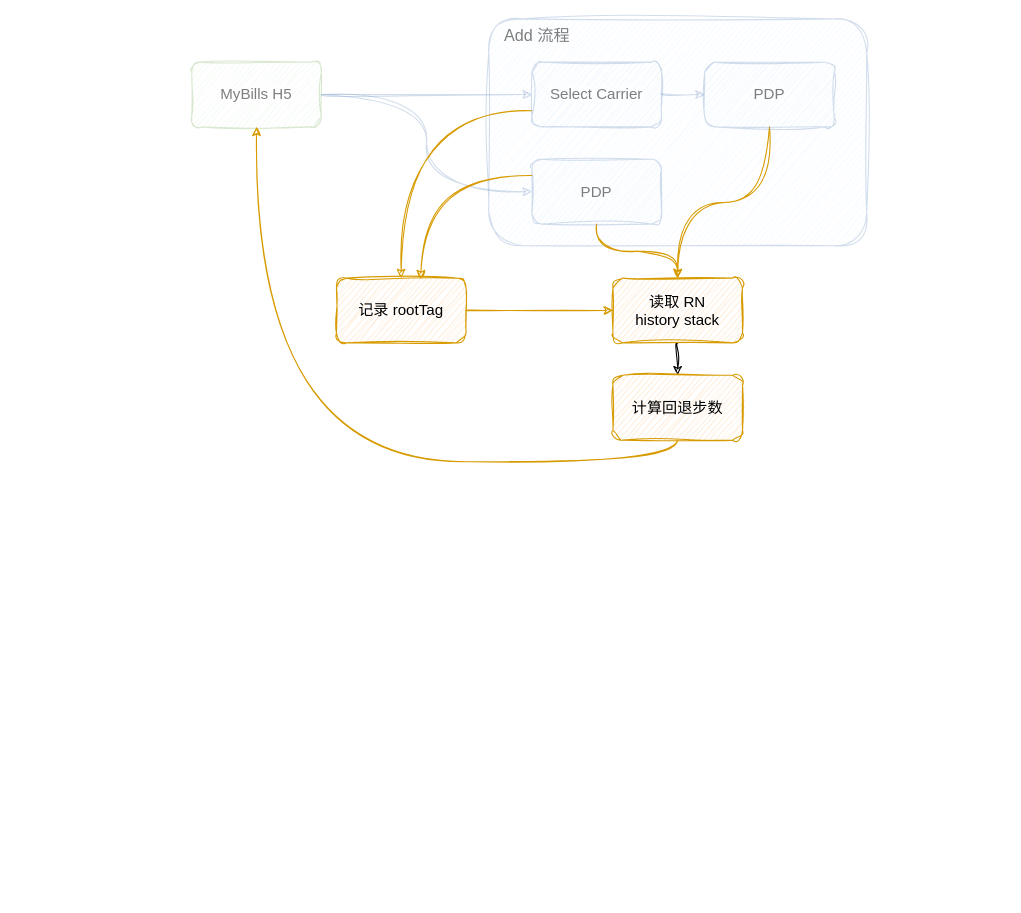
This is page "第 2 页" (2 of 3) of BillCenter.drawio from Darkindom/draw-the-diagrams, a draw.io file, before an edit. Source tidied: cells renumbered, new cells numbered last; positions are measured from the earlier drawing's top-left corner, leaving out a move shared by most shapes. Both pictures are drawn from the tidied source at 108%, with x=0, y=0 at pixel (191, 18).
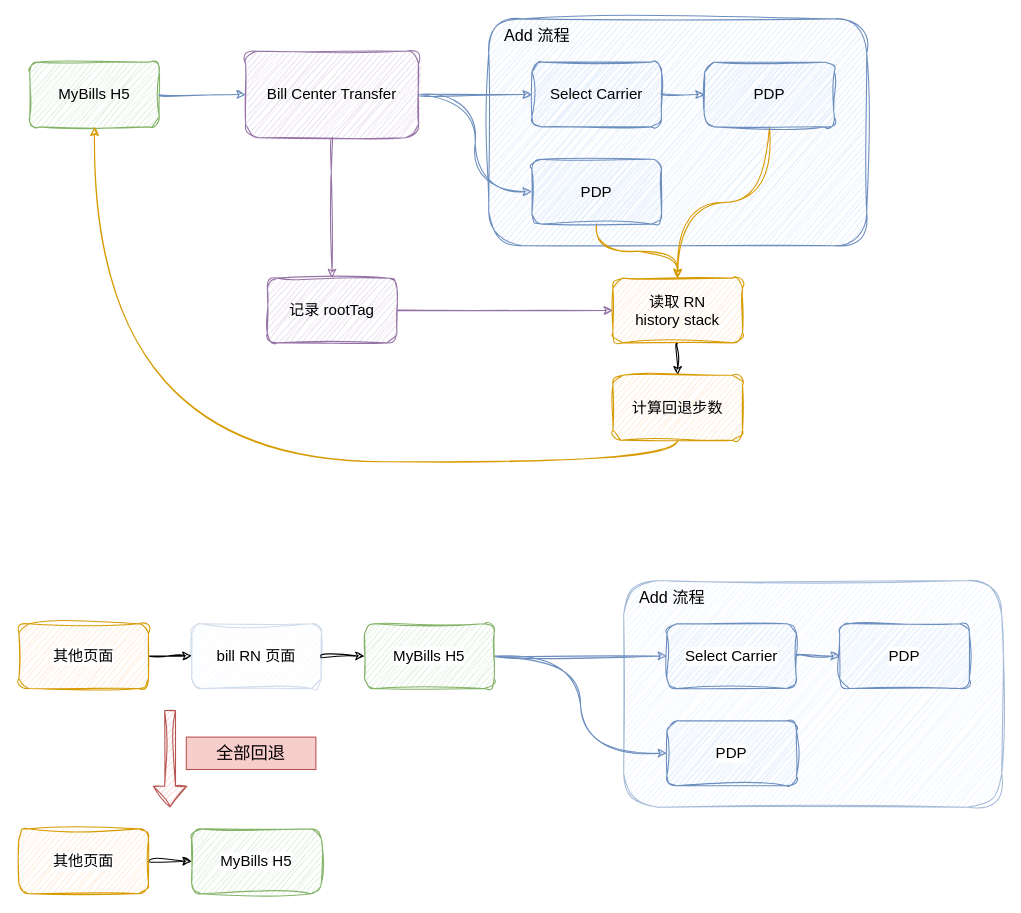
The same page after the edit.

The change refers to these unchanged cells:
```xml
<mxCell id="19" value="读取 RN&lt;div&gt;history stack&lt;/div&gt;" style="rounded=1;whiteSpace=wrap;html=1;sketch=1;hachureGap=4;jiggle=2;curveFitting=1;fontFamily=手札体-简;fontSize=14;labelBackgroundColor=none;fillColor=#ffe6cc;strokeColor=#d79b00;" parent="1" vertex="1">
  <mxGeometry x="390" y="240" width="120" height="60" as="geometry" />
</mxCell>
<mxCell id="20" value="计算回退步数" style="rounded=1;whiteSpace=wrap;html=1;sketch=1;hachureGap=4;jiggle=2;curveFitting=1;fontFamily=手札体-简;fontSize=14;labelBackgroundColor=none;fillColor=#ffe6cc;strokeColor=#d79b00;" parent="1" vertex="1">
  <mxGeometry x="390" y="330" width="120" height="60" as="geometry" />
</mxCell>
```

Diff of the diagram source:
```diff
@@
-    <mxCell id="2" style="rounded=1;whiteSpace=wrap;html=1;sketch=1;hachureGap=4;jiggle=2;curveFitting=1;fontFamily=Architects Daughter;fontSize=11;labelBackgroundColor=default;fillColor=#dae8fc;strokeColor=#6c8ebf;opacity=30;" parent="1" vertex="1">
+    <mxCell id="2" style="rounded=1;whiteSpace=wrap;html=1;sketch=1;hachureGap=4;jiggle=2;curveFitting=1;fontFamily=Architects Daughter;fontSize=11;labelBackgroundColor=none;fillColor=#dae8fc;strokeColor=#6c8ebf;" parent="1" vertex="1">
       <mxGeometry x="275" width="350" height="210" as="geometry" />
     </mxCell>
-    <mxCell id="3" style="edgeStyle=orthogonalEdgeStyle;shape=connector;curved=1;rounded=0;sketch=1;hachureGap=4;jiggle=2;curveFitting=1;jettySize=auto;html=1;strokeColor=#6c8ebf;align=center;verticalAlign=middle;fontFamily=手札体-简;fontSize=14;fontColor=default;labelBackgroundColor=default;endArrow=classic;fillColor=#dae8fc;opacity=30;" parent="1" edge="1" source="5" target="8">
+    <mxCell id="3" style="edgeStyle=orthogonalEdgeStyle;shape=connector;curved=1;rounded=0;sketch=1;hachureGap=4;jiggle=2;curveFitting=1;jettySize=auto;html=1;strokeColor=#6c8ebf;align=center;verticalAlign=middle;fontFamily=手札体-简;fontSize=14;fontColor=default;labelBackgroundColor=none;endArrow=classic;fillColor=#dae8fc;exitX=1;exitY=0.5;exitDx=0;exitDy=0;" parent="1" edge="1" source="40" target="8">
       <mxGeometry relative="1" as="geometry" />
     </mxCell>
-    <mxCell id="4" style="edgeStyle=orthogonalEdgeStyle;shape=connector;curved=1;rounded=0;sketch=1;hachureGap=4;jiggle=2;curveFitting=1;jettySize=auto;html=1;exitX=1;exitY=0.5;exitDx=0;exitDy=0;entryX=0;entryY=0.5;entryDx=0;entryDy=0;strokeColor=#6c8ebf;align=center;verticalAlign=middle;fontFamily=Architects Daughter;fontSize=11;fontColor=default;labelBackgroundColor=default;endArrow=classic;fillColor=#dae8fc;opacity=30;" parent="1" edge="1" source="5" target="10">
+    <mxCell id="4" style="edgeStyle=orthogonalEdgeStyle;shape=connector;curved=1;rounded=0;sketch=1;hachureGap=4;jiggle=2;curveFitting=1;jettySize=auto;html=1;exitX=1;exitY=0.5;exitDx=0;exitDy=0;entryX=0;entryY=0.5;entryDx=0;entryDy=0;strokeColor=#6c8ebf;align=center;verticalAlign=middle;fontFamily=Architects Daughter;fontSize=11;fontColor=default;labelBackgroundColor=none;endArrow=classic;fillColor=#dae8fc;" parent="1" edge="1" source="40" target="10">
       <mxGeometry relative="1" as="geometry" />
     </mxCell>
-    <mxCell id="5" value="MyBills H5" style="rounded=1;whiteSpace=wrap;html=1;sketch=1;hachureGap=4;jiggle=2;curveFitting=1;fontFamily=手札体-简;fontSize=14;labelBackgroundColor=default;fillColor=#d5e8d4;strokeColor=#82b366;opacity=30;textOpacity=50;" parent="1" vertex="1">
-      <mxGeometry y="40" width="120" height="60" as="geometry" />
+    <mxCell id="5" value="MyBills H5" style="rounded=1;whiteSpace=wrap;html=1;sketch=1;hachureGap=4;jiggle=2;curveFitting=1;fontFamily=手札体-简;fontSize=14;labelBackgroundColor=none;fillColor=#d5e8d4;strokeColor=#82b366;" parent="1" vertex="1">
+      <mxGeometry x="-150" y="40" width="120" height="60" as="geometry" />
     </mxCell>
-    <mxCell id="6" style="edgeStyle=orthogonalEdgeStyle;shape=connector;curved=1;rounded=0;sketch=1;hachureGap=4;jiggle=2;curveFitting=1;jettySize=auto;html=1;strokeColor=#6c8ebf;align=center;verticalAlign=middle;fontFamily=Architects Daughter;fontSize=11;fontColor=default;labelBackgroundColor=default;endArrow=classic;fillColor=#dae8fc;opacity=30;" parent="1" edge="1" source="8" target="12">
+    <mxCell id="6" style="edgeStyle=orthogonalEdgeStyle;shape=connector;curved=1;rounded=0;sketch=1;hachureGap=4;jiggle=2;curveFitting=1;jettySize=auto;html=1;strokeColor=#6c8ebf;align=center;verticalAlign=middle;fontFamily=Architects Daughter;fontSize=11;fontColor=default;labelBackgroundColor=none;endArrow=classic;fillColor=#dae8fc;" parent="1" edge="1" source="8" target="12">
       <mxGeometry relative="1" as="geometry" />
     </mxCell>
-    <mxCell id="7" style="edgeStyle=orthogonalEdgeStyle;shape=connector;curved=1;rounded=0;sketch=1;hachureGap=4;jiggle=2;curveFitting=1;jettySize=auto;html=1;exitX=0;exitY=0.75;exitDx=0;exitDy=0;strokeColor=#d79b00;align=center;verticalAlign=middle;fontFamily=Architects Daughter;fontSize=11;fontColor=default;labelBackgroundColor=default;endArrow=classic;fillColor=#ffe6cc;" parent="1" edge="1" source="8" target="15">
+    <mxCell id="7" style="edgeStyle=orthogonalEdgeStyle;shape=connector;curved=1;rounded=0;sketch=1;hachureGap=4;jiggle=2;curveFitting=1;jettySize=auto;html=1;exitX=0.5;exitY=1;exitDx=0;exitDy=0;strokeColor=#9673a6;align=center;verticalAlign=middle;fontFamily=Architects Daughter;fontSize=11;fontColor=default;labelBackgroundColor=none;endArrow=classic;fillColor=#e1d5e7;" parent="1" edge="1" source="40" target="15">
       <mxGeometry relative="1" as="geometry" />
     </mxCell>
-    <mxCell id="8" value="Select Carrier" style="rounded=1;whiteSpace=wrap;html=1;sketch=1;hachureGap=4;jiggle=2;curveFitting=1;fontFamily=手札体-简;fontSize=14;labelBackgroundColor=default;fillColor=#dae8fc;strokeColor=#6c8ebf;opacity=30;textOpacity=50;" parent="1" vertex="1">
+    <mxCell id="8" value="Select Carrier" style="rounded=1;whiteSpace=wrap;html=1;sketch=1;hachureGap=4;jiggle=2;curveFitting=1;fontFamily=手札体-简;fontSize=14;labelBackgroundColor=none;fillColor=#dae8fc;strokeColor=#6c8ebf;" parent="1" vertex="1">
       <mxGeometry x="315" y="40" width="120" height="60" as="geometry" />
     </mxCell>
-    <mxCell id="9" style="edgeStyle=orthogonalEdgeStyle;shape=connector;curved=1;rounded=0;sketch=1;hachureGap=4;jiggle=2;curveFitting=1;jettySize=auto;html=1;exitX=0.5;exitY=1;exitDx=0;exitDy=0;entryX=0.5;entryY=0;entryDx=0;entryDy=0;strokeColor=#d79b00;align=center;verticalAlign=middle;fontFamily=Architects Daughter;fontSize=11;fontColor=default;labelBackgroundColor=default;endArrow=classic;fillColor=#ffe6cc;" parent="1" edge="1" source="10" target="19">
+    <mxCell id="9" style="edgeStyle=orthogonalEdgeStyle;shape=connector;curved=1;rounded=0;sketch=1;hachureGap=4;jiggle=2;curveFitting=1;jettySize=auto;html=1;exitX=0.5;exitY=1;exitDx=0;exitDy=0;entryX=0.5;entryY=0;entryDx=0;entryDy=0;strokeColor=#d79b00;align=center;verticalAlign=middle;fontFamily=Architects Daughter;fontSize=11;fontColor=default;labelBackgroundColor=none;endArrow=classic;fillColor=#ffe6cc;" parent="1" edge="1" source="10" target="19">
       <mxGeometry relative="1" as="geometry" />
     </mxCell>
-    <mxCell id="10" value="PDP" style="rounded=1;whiteSpace=wrap;html=1;sketch=1;hachureGap=4;jiggle=2;curveFitting=1;fontFamily=手札体-简;fontSize=14;labelBackgroundColor=default;fillColor=#dae8fc;strokeColor=#6c8ebf;opacity=30;textOpacity=50;" parent="1" vertex="1">
+    <mxCell id="10" value="PDP" style="rounded=1;whiteSpace=wrap;html=1;sketch=1;hachureGap=4;jiggle=2;curveFitting=1;fontFamily=手札体-简;fontSize=14;labelBackgroundColor=none;fillColor=#dae8fc;strokeColor=#6c8ebf;" parent="1" vertex="1">
       <mxGeometry x="315" y="130" width="120" height="60" as="geometry" />
     </mxCell>
-    <mxCell id="11" style="edgeStyle=orthogonalEdgeStyle;shape=connector;curved=1;rounded=0;sketch=1;hachureGap=4;jiggle=2;curveFitting=1;jettySize=auto;html=1;exitX=0.5;exitY=1;exitDx=0;exitDy=0;strokeColor=#d79b00;align=center;verticalAlign=middle;fontFamily=Architects Daughter;fontSize=11;fontColor=default;labelBackgroundColor=default;endArrow=classic;fillColor=#ffe6cc;" parent="1" edge="1" source="12">
+    <mxCell id="11" style="edgeStyle=orthogonalEdgeStyle;shape=connector;curved=1;rounded=0;sketch=1;hachureGap=4;jiggle=2;curveFitting=1;jettySize=auto;html=1;exitX=0.5;exitY=1;exitDx=0;exitDy=0;strokeColor=#d79b00;align=center;verticalAlign=middle;fontFamily=Architects Daughter;fontSize=11;fontColor=default;labelBackgroundColor=none;endArrow=classic;fillColor=#ffe6cc;" parent="1" edge="1" source="12">
       <mxGeometry relative="1" as="geometry">
         <mxPoint x="450" y="240" as="targetPoint" />
       </mxGeometry>
     </mxCell>
-    <mxCell id="12" value="PDP" style="rounded=1;whiteSpace=wrap;html=1;sketch=1;hachureGap=4;jiggle=2;curveFitting=1;fontFamily=手札体-简;fontSize=14;labelBackgroundColor=default;fillColor=#dae8fc;strokeColor=#6c8ebf;opacity=30;textOpacity=50;" parent="1" vertex="1">
+    <mxCell id="12" value="PDP" style="rounded=1;whiteSpace=wrap;html=1;sketch=1;hachureGap=4;jiggle=2;curveFitting=1;fontFamily=手札体-简;fontSize=14;labelBackgroundColor=none;fillColor=#dae8fc;strokeColor=#6c8ebf;" parent="1" vertex="1">
       <mxGeometry x="475" y="40" width="120" height="60" as="geometry" />
     </mxCell>
-    <mxCell id="13" value="Add 流程" style="text;html=1;align=center;verticalAlign=middle;whiteSpace=wrap;rounded=0;fontFamily=手札体-简;fontSize=15;fontColor=default;labelBackgroundColor=none;opacity=30;textOpacity=50;" parent="1" vertex="1">
+    <mxCell id="13" value="Add 流程" style="text;html=1;align=center;verticalAlign=middle;whiteSpace=wrap;rounded=0;fontFamily=手札体-简;fontSize=15;fontColor=default;labelBackgroundColor=none;" parent="1" vertex="1">
       <mxGeometry x="275" width="90" height="30" as="geometry" />
     </mxCell>
-    <mxCell id="14" style="edgeStyle=orthogonalEdgeStyle;shape=connector;curved=1;rounded=0;sketch=1;hachureGap=4;jiggle=2;curveFitting=1;jettySize=auto;html=1;exitX=1;exitY=0.5;exitDx=0;exitDy=0;entryX=0;entryY=0.5;entryDx=0;entryDy=0;strokeColor=#d79b00;align=center;verticalAlign=middle;fontFamily=Architects Daughter;fontSize=11;fontColor=default;labelBackgroundColor=default;endArrow=classic;fillColor=#ffe6cc;" parent="1" edge="1" source="15" target="19">
+    <mxCell id="14" style="edgeStyle=orthogonalEdgeStyle;shape=connector;curved=1;rounded=0;sketch=1;hachureGap=4;jiggle=2;curveFitting=1;jettySize=auto;html=1;exitX=1;exitY=0.5;exitDx=0;exitDy=0;entryX=0;entryY=0.5;entryDx=0;entryDy=0;strokeColor=#9673a6;align=center;verticalAlign=middle;fontFamily=Architects Daughter;fontSize=11;fontColor=default;labelBackgroundColor=none;endArrow=classic;fillColor=#e1d5e7;" parent="1" edge="1" source="15" target="19">
       <mxGeometry relative="1" as="geometry" />
     </mxCell>
-    <mxCell id="15" value="记录 rootTag" style="rounded=1;whiteSpace=wrap;html=1;sketch=1;hachureGap=4;jiggle=2;curveFitting=1;fontFamily=手札体-简;fontSize=14;labelBackgroundColor=none;fillColor=#ffe6cc;strokeColor=#d79b00;" parent="1" vertex="1">
-      <mxGeometry x="134" y="240" width="120" height="60" as="geometry" />
+    <mxCell id="15" value="记录 rootTag" style="rounded=1;whiteSpace=wrap;html=1;sketch=1;hachureGap=4;jiggle=2;curveFitting=1;fontFamily=手札体-简;fontSize=14;labelBackgroundColor=none;fillColor=#e1d5e7;strokeColor=#9673a6;" parent="1" vertex="1">
+      <mxGeometry x="70" y="240" width="120" height="60" as="geometry" />
     </mxCell>
-    <mxCell id="16" style="edgeStyle=orthogonalEdgeStyle;shape=connector;curved=1;rounded=0;sketch=1;hachureGap=4;jiggle=2;curveFitting=1;jettySize=auto;html=1;exitX=0;exitY=0.25;exitDx=0;exitDy=0;entryX=0.652;entryY=0.015;entryDx=0;entryDy=0;entryPerimeter=0;strokeColor=#d79b00;align=center;verticalAlign=middle;fontFamily=Architects Daughter;fontSize=11;fontColor=default;labelBackgroundColor=default;endArrow=classic;fillColor=#ffe6cc;" parent="1" edge="1" source="10" target="15">
-      <mxGeometry relative="1" as="geometry" />
-    </mxCell>
-    <mxCell id="17" style="edgeStyle=orthogonalEdgeStyle;shape=connector;curved=1;rounded=0;sketch=1;hachureGap=4;jiggle=2;curveFitting=1;jettySize=auto;html=1;exitX=0.5;exitY=1;exitDx=0;exitDy=0;entryX=0.5;entryY=1;entryDx=0;entryDy=0;strokeColor=#d79b00;align=center;verticalAlign=middle;fontFamily=Architects Daughter;fontSize=11;fontColor=default;labelBackgroundColor=default;endArrow=classic;fillColor=#ffe6cc;" parent="1" edge="1" source="20" target="5">
+    <mxCell id="17" style="edgeStyle=orthogonalEdgeStyle;shape=connector;curved=1;rounded=0;sketch=1;hachureGap=4;jiggle=2;curveFitting=1;jettySize=auto;html=1;exitX=0.5;exitY=1;exitDx=0;exitDy=0;entryX=0.5;entryY=1;entryDx=0;entryDy=0;strokeColor=#d79b00;align=center;verticalAlign=middle;fontFamily=Architects Daughter;fontSize=11;fontColor=default;labelBackgroundColor=none;endArrow=classic;fillColor=#ffe6cc;" parent="1" edge="1" source="20" target="5">
       <mxGeometry relative="1" as="geometry" />
     </mxCell>
-    <mxCell id="18" style="edgeStyle=orthogonalEdgeStyle;shape=connector;curved=1;rounded=0;sketch=1;hachureGap=4;jiggle=2;curveFitting=1;jettySize=auto;html=1;exitX=0.5;exitY=1;exitDx=0;exitDy=0;entryX=0.5;entryY=0;entryDx=0;entryDy=0;strokeColor=default;align=center;verticalAlign=middle;fontFamily=Architects Daughter;fontSize=11;fontColor=default;labelBackgroundColor=default;endArrow=classic;" parent="1" edge="1" source="19" target="20">
+    <mxCell id="18" style="edgeStyle=orthogonalEdgeStyle;shape=connector;curved=1;rounded=0;sketch=1;hachureGap=4;jiggle=2;curveFitting=1;jettySize=auto;html=1;exitX=0.5;exitY=1;exitDx=0;exitDy=0;entryX=0.5;entryY=0;entryDx=0;entryDy=0;strokeColor=default;align=center;verticalAlign=middle;fontFamily=Architects Daughter;fontSize=11;fontColor=default;labelBackgroundColor=none;endArrow=classic;" parent="1" edge="1" source="19" target="20">
       <mxGeometry relative="1" as="geometry" />
     </mxCell>
@@
+    <mxCell id="21" style="rounded=1;whiteSpace=wrap;html=1;sketch=1;hachureGap=4;jiggle=2;curveFitting=1;fontFamily=Architects Daughter;fontSize=11;labelBackgroundColor=default;fillColor=#dae8fc;strokeColor=#6c8ebf;opacity=60;" parent="1" vertex="1">
+      <mxGeometry x="400" y="520" width="350" height="210" as="geometry" />
+    </mxCell>
+    <mxCell id="22" style="edgeStyle=orthogonalEdgeStyle;shape=connector;curved=1;rounded=0;sketch=1;hachureGap=4;jiggle=2;curveFitting=1;jettySize=auto;html=1;strokeColor=#6c8ebf;align=center;verticalAlign=middle;fontFamily=手札体-简;fontSize=14;fontColor=default;labelBackgroundColor=default;endArrow=classic;fillColor=#dae8fc;" parent="1" edge="1" source="24" target="26">
+      <mxGeometry relative="1" as="geometry" />
+    </mxCell>
+    <mxCell id="23" style="edgeStyle=orthogonalEdgeStyle;shape=connector;curved=1;rounded=0;sketch=1;hachureGap=4;jiggle=2;curveFitting=1;jettySize=auto;html=1;exitX=1;exitY=0.5;exitDx=0;exitDy=0;entryX=0;entryY=0.5;entryDx=0;entryDy=0;strokeColor=#6c8ebf;align=center;verticalAlign=middle;fontFamily=Architects Daughter;fontSize=11;fontColor=default;labelBackgroundColor=default;endArrow=classic;fillColor=#dae8fc;" parent="1" edge="1" source="24" target="27">
+      <mxGeometry relative="1" as="geometry" />
+    </mxCell>
+    <mxCell id="24" value="MyBills H5" style="rounded=1;whiteSpace=wrap;html=1;sketch=1;hachureGap=4;jiggle=2;curveFitting=1;fontFamily=手札体-简;fontSize=14;labelBackgroundColor=default;fillColor=#d5e8d4;strokeColor=#82b366;" parent="1" vertex="1">
+      <mxGeometry x="160" y="560" width="120" height="60" as="geometry" />
+    </mxCell>
+    <mxCell id="25" style="edgeStyle=orthogonalEdgeStyle;shape=connector;curved=1;rounded=0;sketch=1;hachureGap=4;jiggle=2;curveFitting=1;jettySize=auto;html=1;strokeColor=#6c8ebf;align=center;verticalAlign=middle;fontFamily=Architects Daughter;fontSize=11;fontColor=default;labelBackgroundColor=default;endArrow=classic;fillColor=#dae8fc;" parent="1" edge="1" source="26" target="28">
+      <mxGeometry relative="1" as="geometry" />
+    </mxCell>
+    <mxCell id="26" value="Select Carrier" style="rounded=1;whiteSpace=wrap;html=1;sketch=1;hachureGap=4;jiggle=2;curveFitting=1;fontFamily=手札体-简;fontSize=14;labelBackgroundColor=default;fillColor=#dae8fc;strokeColor=#6c8ebf;" parent="1" vertex="1">
+      <mxGeometry x="440" y="560" width="120" height="60" as="geometry" />
+    </mxCell>
+    <mxCell id="27" value="PDP" style="rounded=1;whiteSpace=wrap;html=1;sketch=1;hachureGap=4;jiggle=2;curveFitting=1;fontFamily=手札体-简;fontSize=14;labelBackgroundColor=default;fillColor=#dae8fc;strokeColor=#6c8ebf;" parent="1" vertex="1">
+      <mxGeometry x="440" y="650" width="120" height="60" as="geometry" />
+    </mxCell>
+    <mxCell id="28" value="PDP" style="rounded=1;whiteSpace=wrap;html=1;sketch=1;hachureGap=4;jiggle=2;curveFitting=1;fontFamily=手札体-简;fontSize=14;labelBackgroundColor=default;fillColor=#dae8fc;strokeColor=#6c8ebf;" parent="1" vertex="1">
+      <mxGeometry x="600" y="560" width="120" height="60" as="geometry" />
+    </mxCell>
+    <mxCell id="29" value="Add 流程" style="text;html=1;align=center;verticalAlign=middle;whiteSpace=wrap;rounded=0;fontFamily=手札体-简;fontSize=15;fontColor=default;labelBackgroundColor=none;" parent="1" vertex="1">
+      <mxGeometry x="400" y="520" width="90" height="30" as="geometry" />
+    </mxCell>
+    <mxCell id="30" style="edgeStyle=orthogonalEdgeStyle;shape=connector;curved=1;rounded=0;sketch=1;hachureGap=4;jiggle=2;curveFitting=1;jettySize=auto;html=1;exitX=1;exitY=0.5;exitDx=0;exitDy=0;entryX=0;entryY=0.5;entryDx=0;entryDy=0;strokeColor=default;align=center;verticalAlign=middle;fontFamily=Architects Daughter;fontSize=11;fontColor=default;labelBackgroundColor=default;endArrow=classic;" parent="1" edge="1" source="31" target="24">
+      <mxGeometry relative="1" as="geometry" />
+    </mxCell>
+    <mxCell id="31" value="bill RN 页面" style="rounded=1;whiteSpace=wrap;html=1;sketch=1;hachureGap=4;jiggle=2;curveFitting=1;fontFamily=手札体-简;fontSize=14;labelBackgroundColor=default;fillColor=#dae8fc;strokeColor=#6c8ebf;opacity=30;" parent="1" vertex="1">
+      <mxGeometry y="560" width="120" height="60" as="geometry" />
+    </mxCell>
+    <mxCell id="32" style="edgeStyle=orthogonalEdgeStyle;shape=connector;curved=1;rounded=0;sketch=1;hachureGap=4;jiggle=2;curveFitting=1;orthogonalLoop=1;jettySize=auto;html=1;entryX=0;entryY=0.5;entryDx=0;entryDy=0;strokeColor=default;align=center;verticalAlign=middle;fontFamily=Architects Daughter;fontSize=11;fontColor=default;labelBackgroundColor=default;endArrow=classic;" parent="1" edge="1">
+      <mxGeometry relative="1" as="geometry">
+        <mxPoint x="-40" y="590" as="sourcePoint" />
+        <mxPoint y="589.5" as="targetPoint" />
+      </mxGeometry>
+    </mxCell>
+    <mxCell id="33" value="MyBills H5" style="rounded=1;whiteSpace=wrap;html=1;sketch=1;hachureGap=4;jiggle=2;curveFitting=1;fontFamily=手札体-简;fontSize=14;labelBackgroundColor=default;fillColor=#d5e8d4;strokeColor=#82b366;" parent="1" vertex="1">
+      <mxGeometry y="750" width="120" height="60" as="geometry" />
+    </mxCell>
+    <mxCell id="34" value="其他页面" style="rounded=1;whiteSpace=wrap;html=1;sketch=1;hachureGap=4;jiggle=2;curveFitting=1;fontFamily=手札体-简;fontSize=14;labelBackgroundColor=default;fillColor=#ffe6cc;strokeColor=#d79b00;" parent="1" vertex="1">
+      <mxGeometry x="-160" y="560" width="120" height="60" as="geometry" />
+    </mxCell>
+    <mxCell id="35" style="edgeStyle=orthogonalEdgeStyle;shape=connector;curved=1;rounded=0;sketch=1;hachureGap=4;jiggle=2;curveFitting=1;jettySize=auto;html=1;exitX=1;exitY=0.5;exitDx=0;exitDy=0;entryX=0;entryY=0.5;entryDx=0;entryDy=0;strokeColor=default;align=center;verticalAlign=middle;fontFamily=Architects Daughter;fontSize=11;fontColor=default;labelBackgroundColor=default;endArrow=classic;" parent="1" edge="1" source="36" target="33">
+      <mxGeometry relative="1" as="geometry" />
+    </mxCell>
+    <mxCell id="36" value="其他页面" style="rounded=1;whiteSpace=wrap;html=1;sketch=1;hachureGap=4;jiggle=2;curveFitting=1;fontFamily=手札体-简;fontSize=14;labelBackgroundColor=default;fillColor=#ffe6cc;strokeColor=#d79b00;" parent="1" vertex="1">
+      <mxGeometry x="-160" y="750" width="120" height="60" as="geometry" />
+    </mxCell>
+    <mxCell id="37" style="shape=flexArrow;endArrow=classic;html=1;rounded=0;sketch=1;hachureGap=4;jiggle=2;curveFitting=1;strokeColor=#b85450;align=center;verticalAlign=middle;fontFamily=Architects Daughter;fontSize=11;fontColor=default;labelBackgroundColor=default;edgeStyle=orthogonalEdgeStyle;curved=1;fillColor=#f8cecc;" parent="1" edge="1">
+      <mxGeometry relative="1" as="geometry">
+        <mxPoint x="-20" y="640" as="sourcePoint" />
+        <mxPoint x="-20" y="730" as="targetPoint" />
+      </mxGeometry>
+    </mxCell>
+    <mxCell id="38" value="全部回退" style="text;html=1;align=center;verticalAlign=middle;whiteSpace=wrap;rounded=0;fontFamily=手札体-简;fontSize=16;labelBackgroundColor=none;fillColor=#f8cecc;strokeColor=#b85450;" parent="1" vertex="1">
+      <mxGeometry x="-5" y="665" width="120" height="30" as="geometry" />
+    </mxCell>
+    <mxCell id="39" style="edgeStyle=orthogonalEdgeStyle;shape=connector;curved=1;rounded=0;sketch=1;hachureGap=4;jiggle=2;curveFitting=1;jettySize=auto;html=1;exitX=1;exitY=0.5;exitDx=0;exitDy=0;entryX=0;entryY=0.5;entryDx=0;entryDy=0;strokeColor=#6c8ebf;align=center;verticalAlign=middle;fontFamily=Architects Daughter;fontSize=11;fontColor=default;labelBackgroundColor=none;endArrow=classic;fillColor=#dae8fc;" parent="1" edge="1" source="5" target="40">
+      <mxGeometry relative="1" as="geometry" />
+    </mxCell>
+    <mxCell id="40" value="Bill Center Transfer" style="rounded=1;whiteSpace=wrap;html=1;sketch=1;hachureGap=4;jiggle=2;curveFitting=1;fontFamily=手札体-简;fontSize=14;labelBackgroundColor=none;fillColor=#e1d5e7;strokeColor=#9673a6;" parent="1" vertex="1">
+      <mxGeometry x="50" y="30" width="160" height="80" as="geometry" />
+    </mxCell>
```
